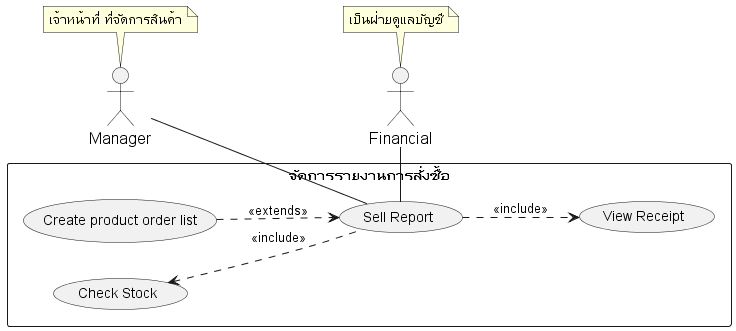
Above: out/system-analysis/usecase/_8_usecase-sell-report/_8_usecase-sell-report.png in billowdev/inventory-system-plantuml-sequelize-seeder-example (PlantUML), before the change. Its diagram source:
```plantuml
@startuml
left to right direction
skinparam sequence {
    ParticipantFontName Thai
    ParticipantFontSize 16
    ActorFontSize 16
    ActorFontName Thai
}

skinparam Participant{
    FontColor #efefef
    BorderColor #c0c0c0
}
skinparam Sequence{
    ParticipantBorderThickness .5
    LifeLineBorderColor #8a8a8a
}


actor Manager as actorManager
note top of actorManager : เจ้าหน้าที่ ที่จัดการสินค้า

actor Financial as actorFinancial
note top of actorFinancial : เป็นฝ่ายดูแลบัญชี



rectangle "จัดการรายงานการสั่งซื้อ" as manageSellReport {

    usecase (Sell Report) as (usecaseSellReport)



    usecase (View Receipt) as (usecaseViewReceipt)



    usecase (Create product order list) as (usecaseCreateProductOrderList)

    usecase (Check Stock) as (usecaseCheckStock)




    actorManager -- (usecaseSellReport)
    actorFinancial -right- (usecaseSellReport)



    (usecaseSellReport) ..> (usecaseViewReceipt)    : <<include>>
    (usecaseCheckStock)  <.. (usecaseSellReport)  : <<include>>
    (usecaseCreateProductOrderList) ..>  (usecaseSellReport)   : <<extends>>





}

@enduml
```
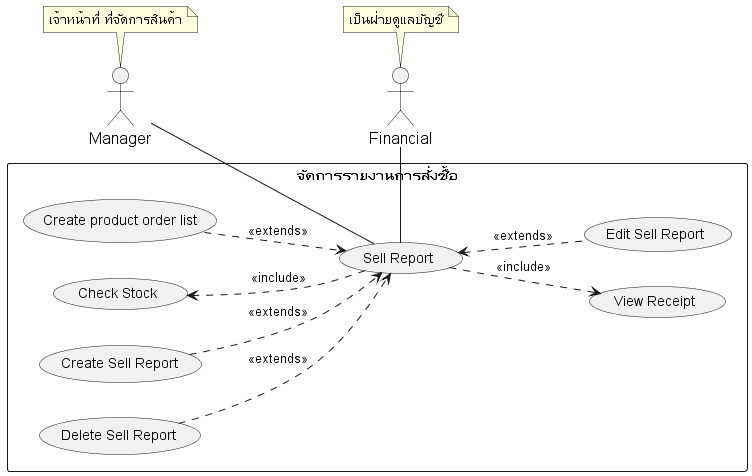
Above is the later version.

The edit, as a diff of the source:
```diff
@@ -39,6 +39,9 @@
 
     usecase (Check Stock) as (usecaseCheckStock)
 
+  usecase (Create Sell Report) as (usecaseCreateSellReport)
+    usecase (Edit Sell Report) as (usecaseEditSellReport)
+    usecase (Delete Sell Report) as (usecaseDeleteSellReport)
 
 
 
@@ -51,6 +54,12 @@
     (usecaseCheckStock)  <.. (usecaseSellReport)  : <<include>>
     (usecaseCreateProductOrderList) ..>  (usecaseSellReport)   : <<extends>>
 
+    (usecaseCreateSellReport) ..>  (usecaseSellReport)   : <<extends>>
+    (usecaseSellReport)   <.. (usecaseEditSellReport)   : <<extends>>
+    (usecaseDeleteSellReport) ..>  (usecaseSellReport)   : <<extends>>
+
+
+
 
 
 
```
